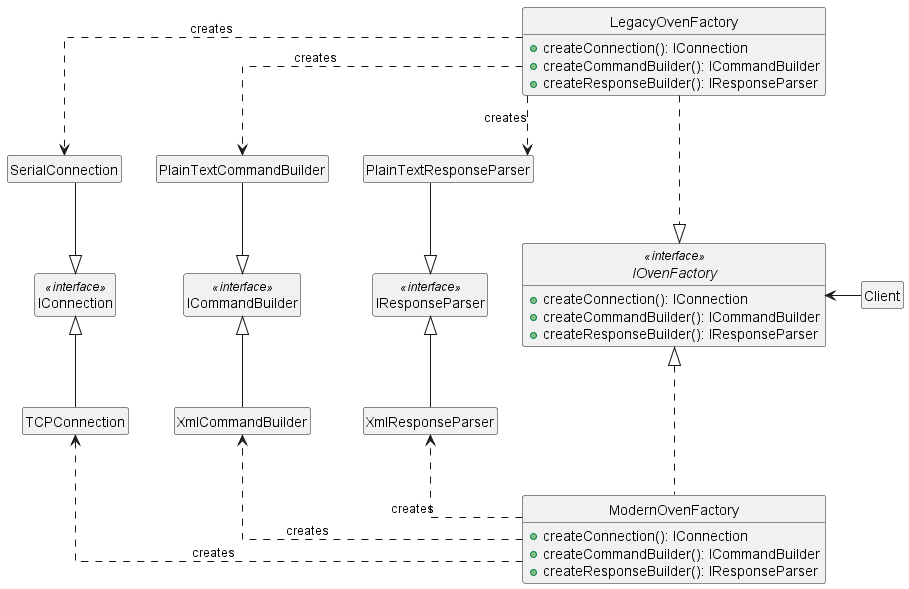
Before: Assets/abstractFactoryExample.png, a diagram exported from PlantUML (andcadev/DesignPatterns_CSharp). The source it was exported from:
```plantuml
@startuml
hide empty members
hide circle
skinparam linetype ortho



class IConnection <<interface>>
class SerialConnection
class TCPConnection

class IResponseParser <<interface>>
class PlainTextResponseParser
class XmlResponseParser


class ICommandBuilder <<interface>>
class PlainTextCommandBuilder
class XmlCommandBuilder

class Client

interface IOvenFactory <<interface>> {
  + createConnection(): IConnection
  + createCommandBuilder(): ICommandBuilder
  + createResponseBuilder(): IResponseParser

}

class LegacyOvenFactory {
  + createConnection(): IConnection
  + createCommandBuilder(): ICommandBuilder
  + createResponseBuilder(): IResponseParser
}

class ModernOvenFactory {
  + createConnection(): IConnection
  + createCommandBuilder(): ICommandBuilder
  + createResponseBuilder(): IResponseParser
}

SerialConnection --|> IConnection
IConnection <|-- TCPConnection

PlainTextCommandBuilder --|> ICommandBuilder
ICommandBuilder <|-- XmlCommandBuilder

PlainTextResponseParser --|> IResponseParser
IResponseParser <|-- XmlResponseParser


LegacyOvenFactory ...|> IOvenFactory
IOvenFactory <|... ModernOvenFactory



LegacyOvenFactory ..[norank]-> SerialConnection : creates
LegacyOvenFactory ..[norank]-> PlainTextCommandBuilder : creates
LegacyOvenFactory ..[norank]-> PlainTextResponseParser : creates
ModernOvenFactory ..[norank]-> TCPConnection : creates
ModernOvenFactory ..[norank]-> XmlCommandBuilder : creates
ModernOvenFactory ..[norank]-> XmlResponseParser : creates

IConnection -[hidden]> ICommandBuilder
ICommandBuilder -[hidden]> IResponseParser
IResponseParser -[hidden]> IOvenFactory


IOvenFactory <- Client



@enduml
```
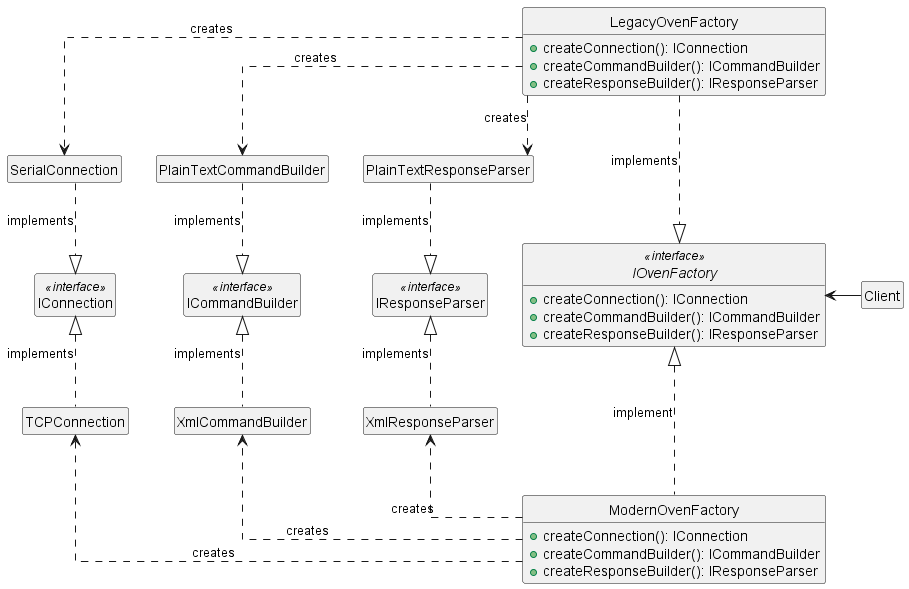
The same file after the commit.

Commit message:
* Fixed 'missing labels in the abstract factory method'

Diff of the diagram source:
```diff
@@ -39,18 +39,18 @@
   + createResponseBuilder(): IResponseParser
 }
 
-SerialConnection --|> IConnection
-IConnection <|-- TCPConnection
+SerialConnection ..|> IConnection : implements
+IConnection <|.. TCPConnection : implements
 
-PlainTextCommandBuilder --|> ICommandBuilder
-ICommandBuilder <|-- XmlCommandBuilder
+PlainTextCommandBuilder ..|> ICommandBuilder : implements
+ICommandBuilder <|.. XmlCommandBuilder : implements
 
-PlainTextResponseParser --|> IResponseParser
-IResponseParser <|-- XmlResponseParser
+PlainTextResponseParser ..|> IResponseParser : implements
+IResponseParser <|.. XmlResponseParser : implements
 
 
-LegacyOvenFactory ...|> IOvenFactory
-IOvenFactory <|... ModernOvenFactory
+LegacyOvenFactory ...|> IOvenFactory : implements
+IOvenFactory <|... ModernOvenFactory : implement
 
 
 
```
